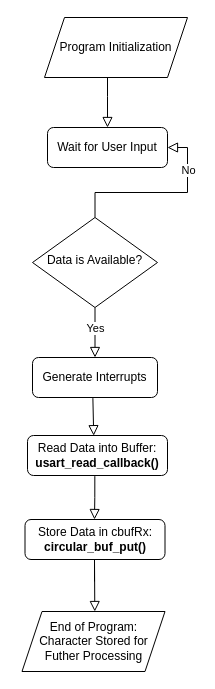
Above: A07G_UART_Receive.drawio in ese5160/final-project-a07g-a14g-t18-dualcore (draw.io), before the change. Source tidied: cells renumbered, new cells numbered last; positions are measured from the earlier drawing's top-left corner, leaving out a move shared by most shapes. Both pictures are drawn from the tidied source at 100%, with x=0, y=0 at pixel (22, 17).
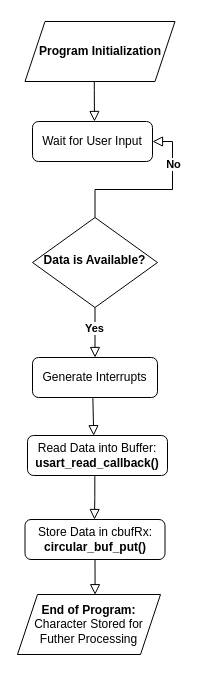
The same page after the edit.

The change refers to these unchanged cells:
```xml
<mxCell id="2" style="rounded=0;html=1;jettySize=auto;fontSize=11;endArrow=block;endFill=0;endSize=8;strokeWidth=1;shadow=0;labelBackgroundColor=none;edgeStyle=orthogonalEdgeStyle;entryX=0.5;entryY=0;entryDx=0;entryDy=0;" parent="1" edge="1" source="6" target="9">
  <mxGeometry x="-0.4" relative="1" as="geometry" />
</mxCell>
<mxCell id="4" style="edgeStyle=orthogonalEdgeStyle;rounded=0;html=1;jettySize=auto;fontSize=11;endArrow=block;endFill=0;endSize=8;strokeWidth=1;shadow=0;labelBackgroundColor=none;entryX=1;entryY=0.5;entryDx=0;entryDy=0;" parent="1" edge="1" source="6" target="7">
  <mxGeometry y="10" relative="1" as="geometry" />
</mxCell>
<mxCell id="12" value="Store Data in&amp;nbsp;cbufRx:&lt;div&gt;&lt;b&gt;circular_buf_put()&lt;/b&gt;&lt;br&gt;&lt;/div&gt;" style="rounded=1;whiteSpace=wrap;html=1;fontSize=12;glass=0;strokeWidth=1;shadow=0;" parent="1" vertex="1">
  <mxGeometry x="2.5" y="502" width="140" height="40" as="geometry" />
</mxCell>
```

What changed in the source:
```diff
@@
-    <mxCell id="3" value="Yes" style="edgeLabel;html=1;align=center;verticalAlign=middle;" parent="2" vertex="1">
-      <mxGeometry x="-0.22" y="-1" relative="1" as="geometry">
-        <mxPoint x="1" as="offset" />
-      </mxGeometry>
+    <mxCell id="3" value="&lt;b&gt;Yes&lt;/b&gt;" style="edgeLabel;html=1;align=center;verticalAlign=middle;" parent="2" vertex="1">
+      <mxGeometry x="-0.22" y="-1" relative="1" as="geometry" />
     </mxCell>
@@
-    <mxCell id="5" value="No" style="edgeLabel;html=1;align=center;verticalAlign=middle;" parent="4" vertex="1">
+    <mxCell id="5" value="&lt;b&gt;No&lt;/b&gt;" style="edgeLabel;html=1;align=center;verticalAlign=middle;" parent="4" vertex="1">
       <mxGeometry x="0.44" relative="1" as="geometry">
-        <mxPoint y="-9" as="offset" />
+        <mxPoint y="-6" as="offset" />
       </mxGeometry>
     </mxCell>
-    <mxCell id="6" value="Data is Available?" style="rhombus;whiteSpace=wrap;html=1;shadow=0;fontFamily=Helvetica;fontSize=12;align=center;strokeWidth=1;spacing=6;spacingTop=-4;" parent="1" vertex="1">
+    <mxCell id="6" value="&lt;b&gt;Data is Available?&lt;/b&gt;" style="rhombus;whiteSpace=wrap;html=1;shadow=0;fontFamily=Helvetica;fontSize=12;align=center;strokeWidth=1;spacing=6;spacingTop=-4;" parent="1" vertex="1">
       <mxGeometry x="10" y="200" width="125" height="90" as="geometry" />
     </mxCell>
     <mxCell id="7" value="Wait for User Input" style="rounded=1;whiteSpace=wrap;html=1;fontSize=12;glass=0;strokeWidth=1;shadow=0;" parent="1" vertex="1">
-      <mxGeometry x="25" y="110" width="120" height="40" as="geometry" />
+      <mxGeometry x="10" y="104" width="120" height="40" as="geometry" />
     </mxCell>
@@
-    <mxCell id="10" style="rounded=0;html=1;jettySize=auto;orthogonalLoop=1;fontSize=11;endArrow=block;endFill=0;endSize=8;strokeWidth=1;shadow=0;labelBackgroundColor=none;edgeStyle=orthogonalEdgeStyle;" parent="1" edge="1">
+    <mxCell id="10" style="rounded=0;html=1;jettySize=auto;orthogonalLoop=1;fontSize=11;endArrow=block;endFill=0;endSize=8;strokeWidth=1;shadow=0;labelBackgroundColor=none;edgeStyle=orthogonalEdgeStyle;exitX=0.462;exitY=1.012;exitDx=0;exitDy=0;exitPerimeter=0;" parent="1" edge="1">
       <mxGeometry x="0.33" y="20" relative="1" as="geometry">
-        <mxPoint x="85" y="60" as="sourcePoint" />
-        <mxPoint x="85" y="110" as="targetPoint" />
+        <mxPoint x="71.8" y="58.7" as="sourcePoint" />
+        <mxPoint x="72" y="104" as="targetPoint" />
         <Array as="points">
-          <mxPoint x="84.5" y="79" />
-          <mxPoint x="84.5" y="79" />
+          <mxPoint x="72" y="73" />
         </Array>
       </mxGeometry>
     </mxCell>
@@
-    <mxCell id="13" style="rounded=0;html=1;jettySize=auto;orthogonalLoop=1;fontSize=11;endArrow=block;endFill=0;endSize=8;strokeWidth=1;shadow=0;labelBackgroundColor=none;edgeStyle=orthogonalEdgeStyle;" parent="1" edge="1">
-      <mxGeometry x="0.33" y="20" relative="1" as="geometry">
-        <mxPoint x="72" y="564" as="sourcePoint" />
-        <mxPoint x="72.3" y="594" as="targetPoint" />
-        <Array as="points">
-          <mxPoint x="72.3" y="542" />
-          <mxPoint x="72.3" y="542" />
-        </Array>
-      </mxGeometry>
-    </mxCell>
-    <mxCell id="14" value="Program Initialization" style="shape=parallelogram;perimeter=parallelogramPerimeter;whiteSpace=wrap;html=1;fixedSize=1;" parent="1" vertex="1">
-      <mxGeometry x="22" width="143" height="60" as="geometry" />
+    <mxCell id="14" value="&lt;b&gt;Program Initialization&lt;/b&gt;" style="shape=parallelogram;perimeter=parallelogramPerimeter;whiteSpace=wrap;html=1;fixedSize=1;" parent="1" vertex="1">
+      <mxGeometry x="2.5" y="4" width="150" height="60" as="geometry" />
     </mxCell>
-    <mxCell id="15" value="End of Program:&lt;div&gt;Character Stored for Futher Processing&lt;/div&gt;" style="shape=parallelogram;perimeter=parallelogramPerimeter;whiteSpace=wrap;html=1;fixedSize=1;" parent="1" vertex="1">
-      <mxGeometry x="-0.5" y="594" width="143" height="60" as="geometry" />
+    <mxCell id="15" value="&lt;b&gt;End of Program:&lt;/b&gt;&lt;div&gt;Character Stored for Futher Processing&lt;/div&gt;" style="shape=parallelogram;perimeter=parallelogramPerimeter;whiteSpace=wrap;html=1;fixedSize=1;" parent="1" vertex="1">
+      <mxGeometry x="-5" y="577" width="143" height="60" as="geometry" />
     </mxCell>
@@
+    <mxCell id="17" style="rounded=0;html=1;jettySize=auto;fontSize=11;endArrow=block;endFill=0;endSize=8;strokeWidth=1;shadow=0;labelBackgroundColor=none;edgeStyle=orthogonalEdgeStyle;entryX=0.529;entryY=-0.014;entryDx=0;entryDy=0;entryPerimeter=0;exitX=0.5;exitY=1;exitDx=0;exitDy=0;" parent="1" edge="1" source="12">
+      <mxGeometry x="0.33" y="20" relative="1" as="geometry">
+        <mxPoint x="72.6" y="577.2" as="targetPoint" />
+      </mxGeometry>
+    </mxCell>
```
